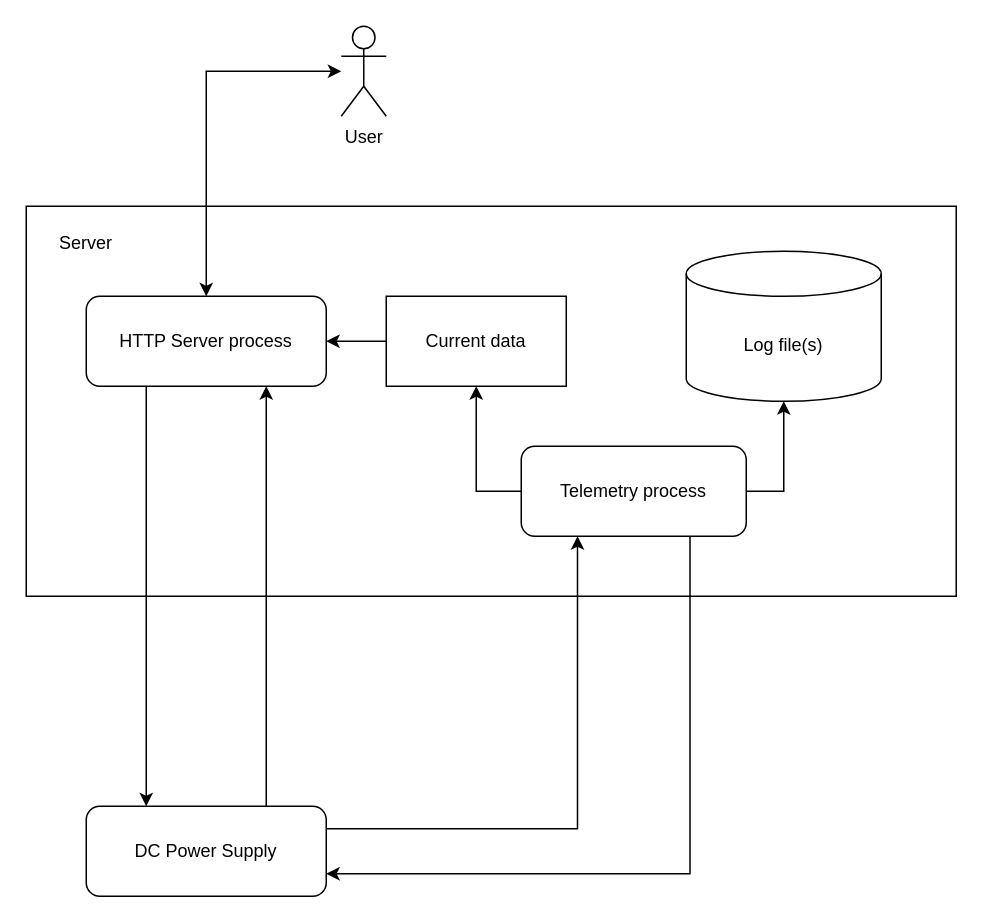
turistigor/entrance_1440 keeps this draw.io diagram as docs/arch.drawio. Above is the earlier version. Source tidied: cells renumbered, new cells numbered last; positions are measured from the earlier drawing's top-left corner, leaving out a move shared by most shapes. Both pictures are drawn from the tidied source at 150%, with x=0, y=0 at pixel (26, 26).
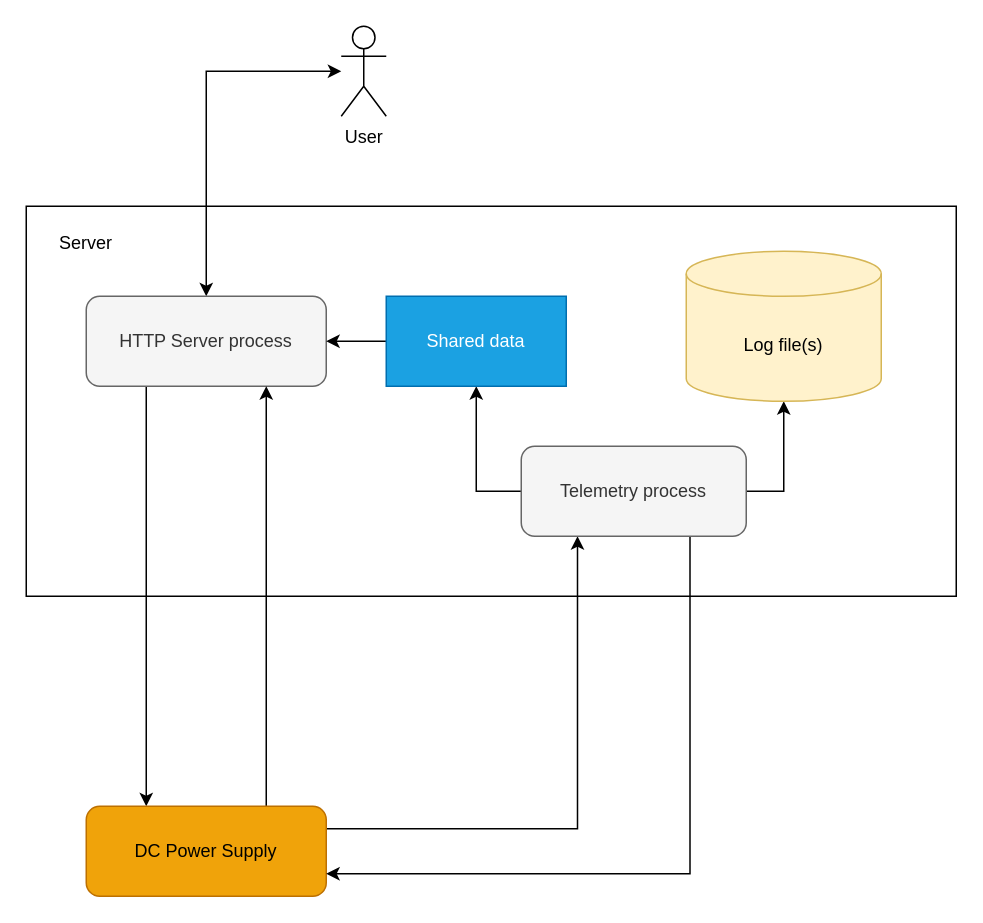
The same page after the edit.

The edit, as a diff of the source:
```diff
@@
 <mxGraphModel>
   <root>
     <mxCell id="0" />
     <mxCell id="1" parent="0" />
     <mxCell id="2" style="rounded=0;whiteSpace=wrap;html=1;" parent="1" vertex="1">
       <mxGeometry y="120" width="620" height="260" as="geometry" />
     </mxCell>
     <mxCell id="3" style="edgeStyle=orthogonalEdgeStyle;rounded=0;jettySize=auto;html=1;entryX=0.5;entryY=0;entryDx=0;entryDy=0;startArrow=classic;startFill=1;" parent="1" edge="1" source="4" target="6">
       <mxGeometry relative="1" as="geometry" />
     </mxCell>
     <mxCell id="4" value="User" style="shape=umlActor;verticalLabelPosition=bottom;verticalAlign=top;html=1;outlineConnect=0;" parent="1" vertex="1">
       <mxGeometry x="210" width="30" height="60" as="geometry" />
     </mxCell>
     <mxCell id="5" style="edgeStyle=orthogonalEdgeStyle;rounded=0;jettySize=auto;html=1;exitX=0.25;exitY=1;exitDx=0;exitDy=0;entryX=0.25;entryY=0;entryDx=0;entryDy=0;" parent="1" edge="1" source="6" target="9">
       <mxGeometry relative="1" as="geometry" />
     </mxCell>
-    <mxCell id="6" value="HTTP Server process" style="rounded=1;whiteSpace=wrap;html=1;" parent="1" vertex="1">
+    <mxCell id="6" value="HTTP Server process" style="rounded=1;whiteSpace=wrap;html=1;fillColor=#f5f5f5;fontColor=#333333;strokeColor=#666666;" parent="1" vertex="1">
       <mxGeometry x="40" y="180" width="160" height="60" as="geometry" />
     </mxCell>
     <mxCell id="7" style="edgeStyle=orthogonalEdgeStyle;rounded=0;jettySize=auto;html=1;exitX=0.75;exitY=0;exitDx=0;exitDy=0;entryX=0.75;entryY=1;entryDx=0;entryDy=0;" parent="1" edge="1" source="9" target="6">
       <mxGeometry relative="1" as="geometry" />
     </mxCell>
     <mxCell id="8" style="edgeStyle=orthogonalEdgeStyle;rounded=0;jettySize=auto;html=1;exitX=1;exitY=0.25;exitDx=0;exitDy=0;entryX=0.25;entryY=1;entryDx=0;entryDy=0;" parent="1" edge="1" source="9" target="13">
       <mxGeometry relative="1" as="geometry" />
     </mxCell>
-    <mxCell id="9" value="DC Power Supply" style="rounded=1;whiteSpace=wrap;html=1;" parent="1" vertex="1">
+    <mxCell id="9" value="DC Power Supply" style="rounded=1;whiteSpace=wrap;html=1;fillColor=#f0a30a;fontColor=#000000;strokeColor=#BD7000;" parent="1" vertex="1">
       <mxGeometry x="40" y="520" width="160" height="60" as="geometry" />
     </mxCell>
     <mxCell id="10" style="edgeStyle=orthogonalEdgeStyle;rounded=0;jettySize=auto;html=1;entryX=0.5;entryY=1;entryDx=0;entryDy=0;exitX=0;exitY=0.5;exitDx=0;exitDy=0;" parent="1" edge="1" source="13" target="15">
       <mxGeometry relative="1" as="geometry" />
     </mxCell>
     <mxCell id="11" style="edgeStyle=orthogonalEdgeStyle;rounded=0;jettySize=auto;html=1;entryX=0.5;entryY=1;entryDx=0;entryDy=0;entryPerimeter=0;exitX=1;exitY=0.5;exitDx=0;exitDy=0;" parent="1" edge="1" source="13" target="16">
       <mxGeometry relative="1" as="geometry" />
     </mxCell>
     <mxCell id="12" style="edgeStyle=orthogonalEdgeStyle;rounded=0;jettySize=auto;html=1;exitX=0.75;exitY=1;exitDx=0;exitDy=0;entryX=1;entryY=0.75;entryDx=0;entryDy=0;" parent="1" edge="1" source="13" target="9">
       <mxGeometry relative="1" as="geometry" />
     </mxCell>
-    <mxCell id="13" value="Telemetry process" style="rounded=1;whiteSpace=wrap;html=1;" parent="1" vertex="1">
+    <mxCell id="13" value="Telemetry process" style="rounded=1;whiteSpace=wrap;html=1;fillColor=#f5f5f5;fontColor=#333333;strokeColor=#666666;" parent="1" vertex="1">
       <mxGeometry x="330" y="280" width="150" height="60" as="geometry" />
     </mxCell>
     <mxCell id="14" style="edgeStyle=orthogonalEdgeStyle;rounded=0;jettySize=auto;html=1;entryX=1;entryY=0.5;entryDx=0;entryDy=0;exitX=0;exitY=0.5;exitDx=0;exitDy=0;" parent="1" edge="1" source="15" target="6">
       <mxGeometry relative="1" as="geometry" />
     </mxCell>
-    <mxCell id="15" value="Current data" style="rounded=0;whiteSpace=wrap;html=1;" parent="1" vertex="1">
+    <mxCell id="15" value="Shared data" style="rounded=0;whiteSpace=wrap;html=1;fillColor=#1ba1e2;fontColor=#ffffff;strokeColor=#006EAF;" parent="1" vertex="1">
       <mxGeometry x="240" y="180" width="120" height="60" as="geometry" />
     </mxCell>
-    <mxCell id="16" value="Log file(s)" style="shape=cylinder3;whiteSpace=wrap;html=1;boundedLbl=1;backgroundOutline=1;size=15;" parent="1" vertex="1">
+    <mxCell id="16" value="Log file(s)" style="shape=cylinder3;whiteSpace=wrap;html=1;boundedLbl=1;backgroundOutline=1;size=15;fillColor=#fff2cc;strokeColor=#d6b656;" parent="1" vertex="1">
       <mxGeometry x="440" y="150" width="130" height="100" as="geometry" />
     </mxCell>
     <mxCell id="17" value="Server" style="text;html=1;strokeColor=none;fillColor=none;align=center;verticalAlign=middle;whiteSpace=wrap;rounded=0;" parent="1" vertex="1">
       <mxGeometry x="10" y="130" width="60" height="30" as="geometry" />
     </mxCell>
   </root>
 </mxGraphModel>
```
